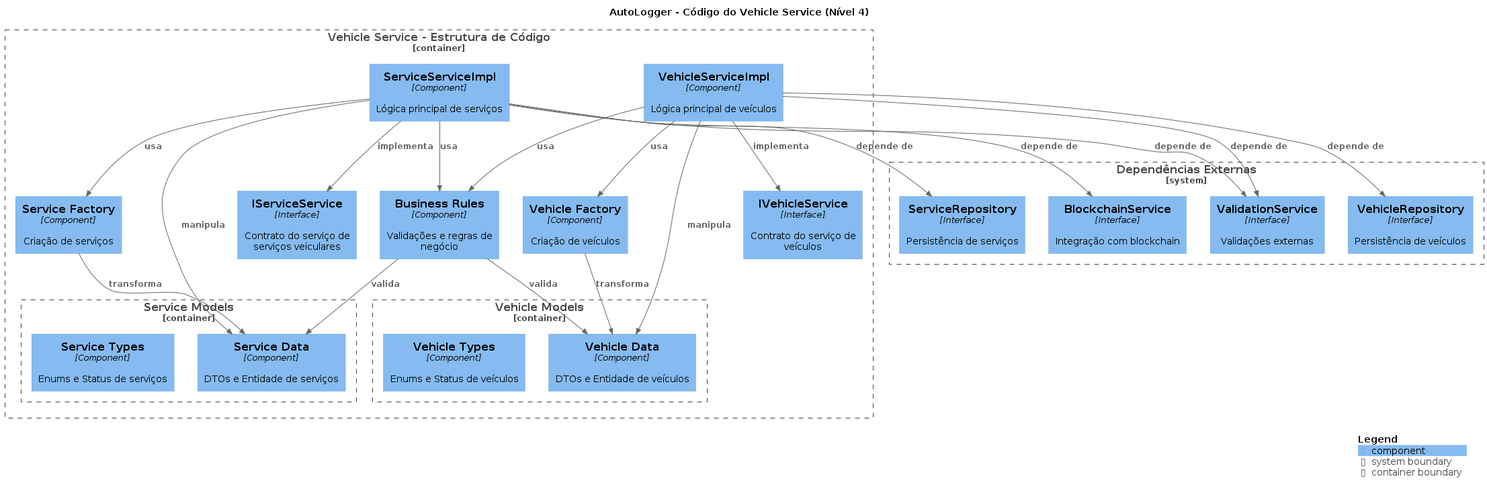
Before: docs/c4_architecture/c4_level4.png, a diagram exported from PlantUML (Pellegr1n1/autologger-services).
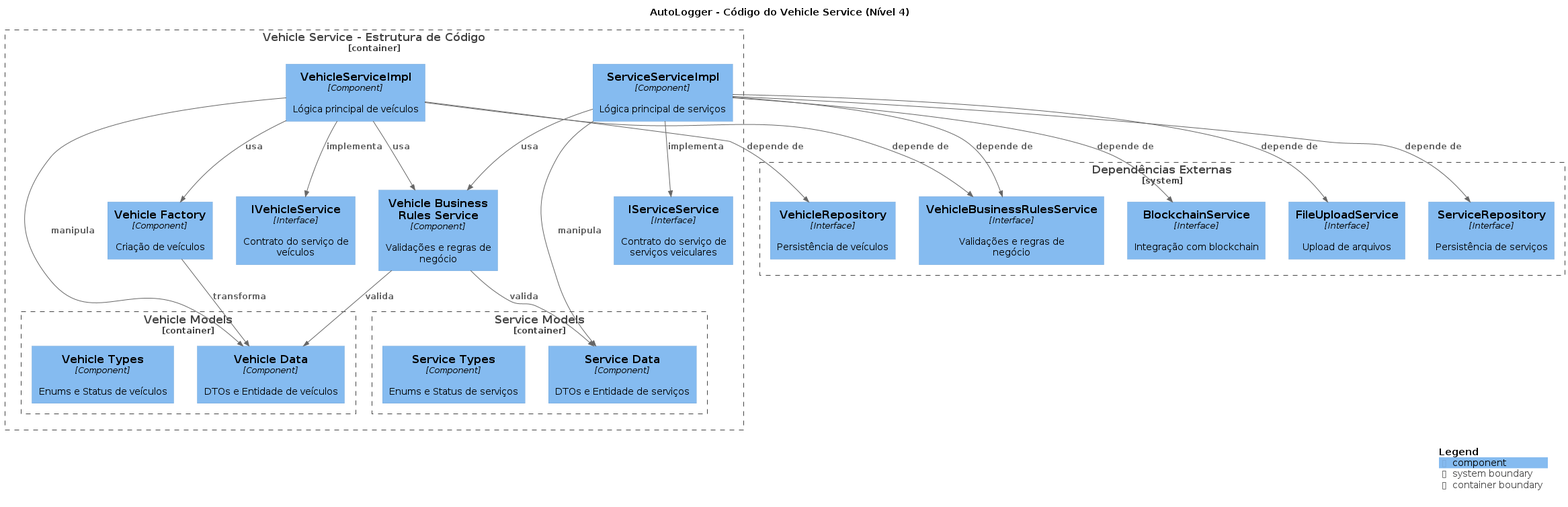
Later version of the same file.

Diff of the diagram source:
```diff
@@ -21,9 +21,8 @@
         Component(service_types, "Service Types", "Component", "Enums e Status de serviços")
     }
 
-    Component(business_rules, "Business Rules", "Component", "Validações e regras de negócio")
+    Component(business_rules, "Vehicle Business Rules Service", "Component", "Validações e regras de negócio")
     Component(vehicle_factory, "Vehicle Factory", "Component", "Criação de veículos")
-    Component(service_factory, "Service Factory", "Component", "Criação de serviços")
 }
 
 Rel(vehicle_service_impl, ivehicle_service, "implementa")
@@ -33,17 +32,16 @@
 Rel(vehicle_service_impl, business_rules, "usa")
 Rel(service_service_impl, business_rules, "usa")
 Rel(vehicle_service_impl, vehicle_factory, "usa")
-Rel(service_service_impl, service_factory, "usa")
 Rel(vehicle_factory, vehicle_data, "transforma")
-Rel(service_factory, service_data, "transforma")
 Rel(business_rules, vehicle_data, "valida")
 Rel(business_rules, service_data, "valida")
 
 System_Boundary(external, "Dependências Externas") {
     Component(vehicle_repository, "VehicleRepository", "Interface", "Persistência de veículos")
     Component(service_repository, "ServiceRepository", "Interface", "Persistência de serviços")
-    Component(validation, "ValidationService", "Interface", "Validações externas")
+    Component(validation, "VehicleBusinessRulesService", "Interface", "Validações e regras de negócio")
     Component(blockchain, "BlockchainService", "Interface", "Integração com blockchain")
+    Component(file_upload, "FileUploadService", "Interface", "Upload de arquivos")
 }
 
 Rel(vehicle_service_impl, vehicle_repository, "depende de")
@@ -51,6 +49,7 @@
 Rel(vehicle_service_impl, validation, "depende de")
 Rel(service_service_impl, validation, "depende de")
 Rel(service_service_impl, blockchain, "depende de")
+Rel(service_service_impl, file_upload, "depende de")
 
 SHOW_LEGEND()
 @enduml
```
